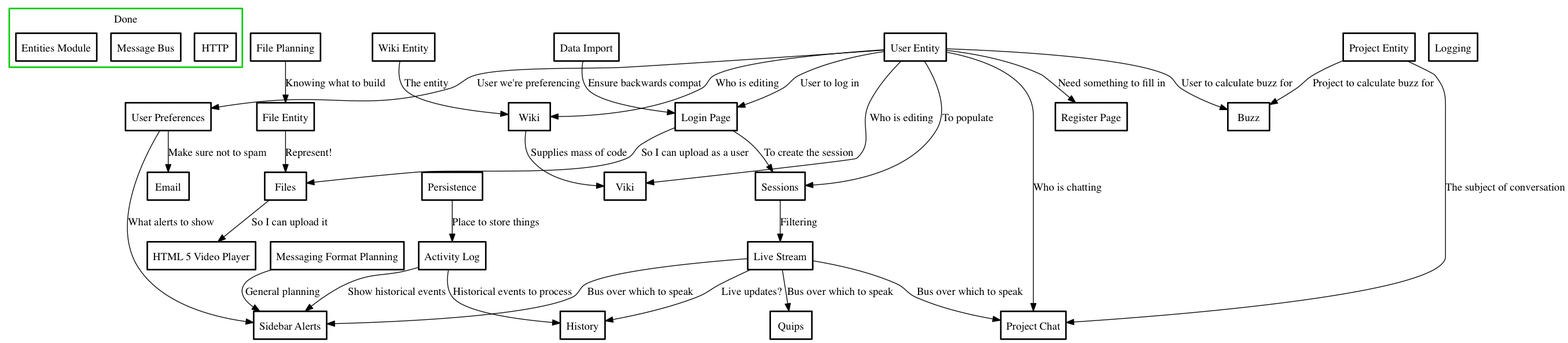
negativeview/Velour-1.5 keeps this Graphviz diagram as needed.png. Above is the earlier version. Its source is kept beside it as needed.dot.
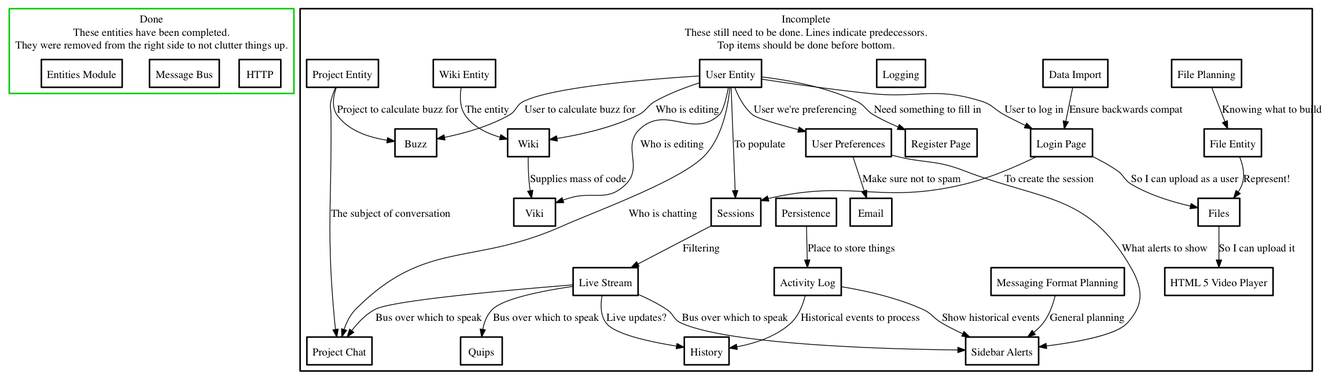
After the commit.

What changed in the source:
```diff
@@ -2,42 +2,49 @@
 
     node [shape="box", color=black style=bold];
 
-    subgraph cluster_yay {
+    subgraph cluster_done {
         style=bold
         color=green3
         shape=box
-        label=Done
+        label="Done\nThese entities have been completed.\nThey were removed from the right side to not clutter things up."
 
         http_framework [ label="HTTP" ];
         message_bus [ label="Message Bus" ];
         entities [ label="Entities Module" ];
     };
 
-    alert_format_planning [ label="Messaging Format Planning" ];
-    activity_log [ label="Activity Log" ];
-    buzz [ label="Buzz" ];
-    data_import [ label="Data Import" ];
-    email [ label="Email" ];
-    file_planning [ label="File Planning" ];
-    file_entity [ label="File Entity" ];
-    files [ label="Files" ];
-    header_sayings [ label="Quips" ];
-    history_tool [ label="History" ];
-    html5_video [ label="HTML 5 Video Player" ];
-    live_stream [ label="Live Stream" ];
-    login_page [ label="Login Page" ];
-    logging [ label="Logging" ];
-    persistence [ label="Persistence" ];
-    project_chat [ label="Project Chat" ];
-    project_entity [ label="Project Entity" ];
-    register_page [ label="Register Page" ];
-    sessions [ label="Sessions" ];
-    sidebar_alerts [ label="Sidebar Alerts" ];
-    user_entity [ label="User Entity" ];
-    user_preferences [ label="User Preferences" ];
-    wiki [ label="Wiki" ];
-    wiki_entity [ label="Wiki Entity" ];
-    viki [ label="Viki" ];
+    subgraph cluster_not {
+        style=bold
+        color=black
+        shape=box
+        label="Incomplete\nThese still need to be done. Lines indicate predecessors.\nTop items should be done before bottom."
+
+        alert_format_planning [ label="Messaging Format Planning" ];
+        activity_log [ label="Activity Log" ];
+        buzz [ label="Buzz" ];
+        data_import [ label="Data Import" ];
+        email [ label="Email" ];
+        file_planning [ label="File Planning" ];
+        file_entity [ label="File Entity" ];
+        files [ label="Files" ];
+        header_sayings [ label="Quips" ];
+        history_tool [ label="History" ];
+        html5_video [ label="HTML 5 Video Player" ];
+        live_stream [ label="Live Stream" ];
+        login_page [ label="Login Page" ];
+        logging [ label="Logging" ];
+        persistence [ label="Persistence" ];
+        project_chat [ label="Project Chat" ];
+        project_entity [ label="Project Entity" ];
+        register_page [ label="Register Page" ];
+        sessions [ label="Sessions" ];
+        sidebar_alerts [ label="Sidebar Alerts" ];
+        user_entity [ label="User Entity" ];
+        user_preferences [ label="User Preferences" ];
+        wiki [ label="Wiki" ];
+        wiki_entity [ label="Wiki Entity" ];
+        viki [ label="Viki" ];
+    }
 
     file_planning->file_entity [ label="Knowing what to build" ];
 
```
